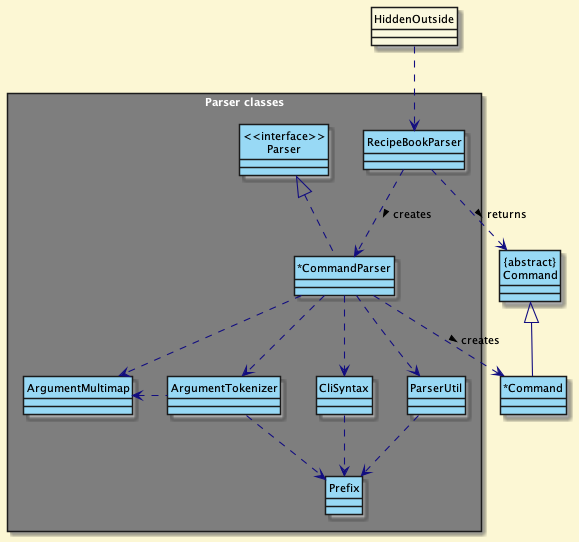
The PlantUML diagram docs/umlDiagrams/img/ParserClasses.png in yusufaine/tp, before a commit.
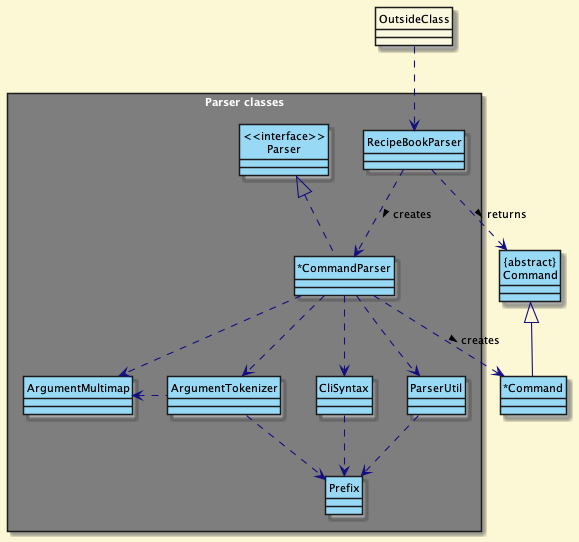
Later version of the same file.

What changed in the source:
```diff
@@ -22,8 +22,8 @@
 Class Prefix
 }
 
-Class HiddenOutside #faf8de
-HiddenOutside ..> RecipeBookParser
+Class OutsideClass  #faf8de {}
+OutsideClass ..> RecipeBookParser
 
 RecipeBookParser .down.> "*CommandParser": creates >
 
```
